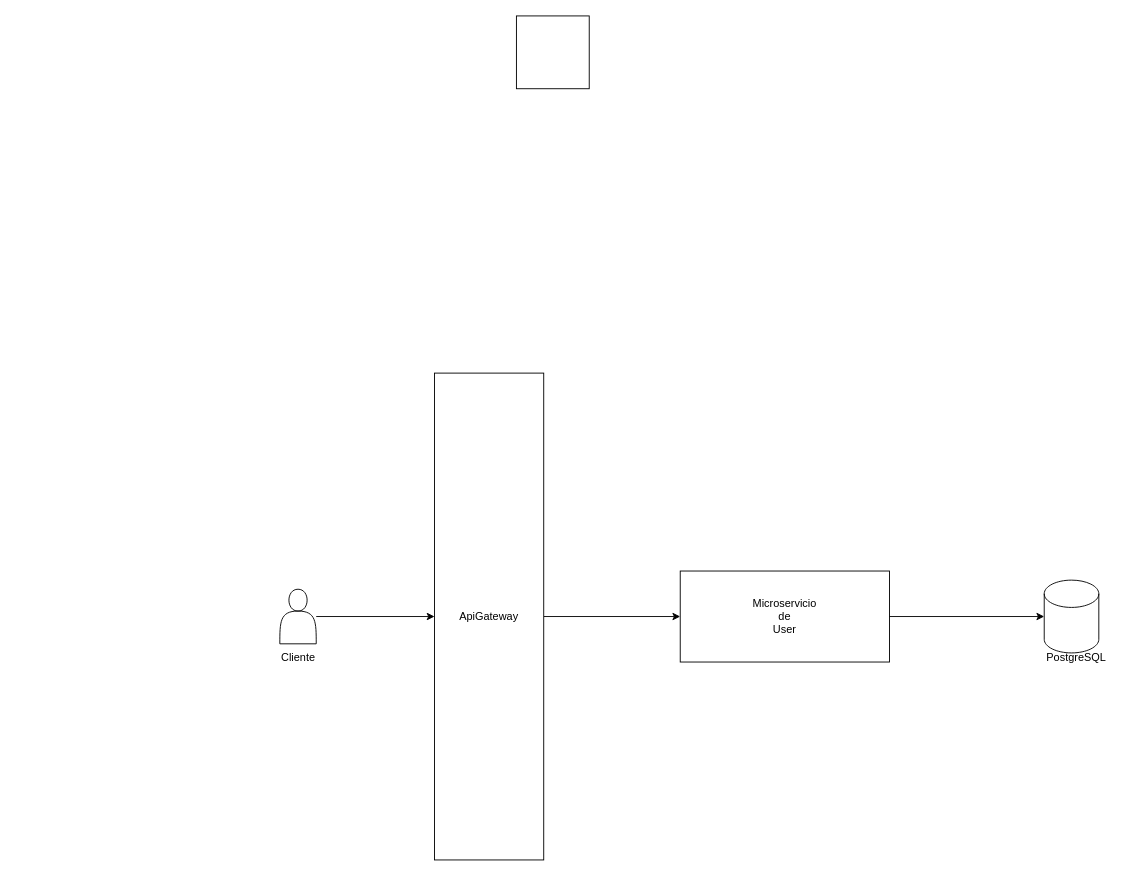
This is Diagrama sin título.drawio from Bymatt10/backend-everything-now-pro, a draw.io file, before an edit. Source tidied: cells renumbered, new cells numbered last; positions are measured from the earlier drawing's top-left corner, leaving out a move shared by most shapes. Both pictures are drawn from the tidied source at 91%, with x=0, y=0 at pixel (270, 15).
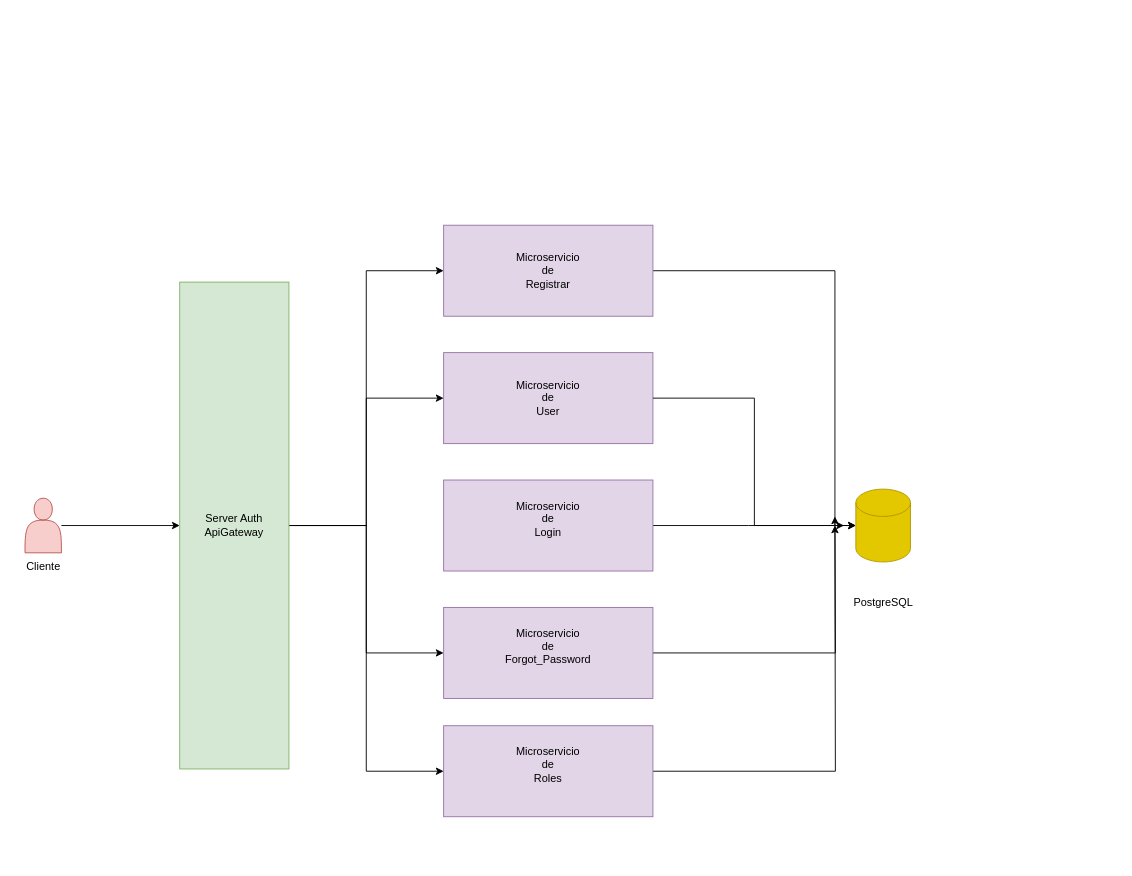
The same page after the edit.

Diff of the diagram source:
```diff
@@
-    <mxCell id="2" style="whiteSpace=wrap;html=1;" parent="1" vertex="1">
-      <mxGeometry x="270" width="80" height="80" as="geometry" />
-    </mxCell>
@@
-    <mxCell id="4" style="shape=actor;whiteSpace=wrap;html=1;" parent="1" vertex="1">
-      <mxGeometry x="10" y="630" width="40" height="60" as="geometry" />
+    <mxCell id="4" style="shape=actor;whiteSpace=wrap;html=1;fillColor=#f8cecc;strokeColor=#b85450;" parent="1" vertex="1">
+      <mxGeometry x="-270" y="530" width="40" height="60" as="geometry" />
     </mxCell>
@@
+    <mxCell id="12" style="edgeStyle=orthogonalEdgeStyle;rounded=0;jettySize=auto;html=1;" parent="1" edge="1" source="6" target="20">
+      <mxGeometry relative="1" as="geometry" />
+    </mxCell>
+    <mxCell id="13" style="edgeStyle=orthogonalEdgeStyle;rounded=0;jettySize=auto;html=1;entryX=0;entryY=0.5;entryDx=0;entryDy=0;" parent="1" edge="1" source="6" target="22">
+      <mxGeometry relative="1" as="geometry" />
+    </mxCell>
+    <mxCell id="14" style="edgeStyle=orthogonalEdgeStyle;rounded=0;jettySize=auto;html=1;entryX=0;entryY=0.5;entryDx=0;entryDy=0;" parent="1" edge="1" source="6" target="16">
+      <mxGeometry relative="1" as="geometry" />
+    </mxCell>
-    <mxCell id="6" value="ApiGateway" style="rounded=0;whiteSpace=wrap;html=1;" parent="1" vertex="1">
-      <mxGeometry x="180" y="392.5" width="120" height="535" as="geometry" />
+    <mxCell id="6" value="Server Auth&lt;div&gt;ApiGateway&lt;/div&gt;" style="rounded=0;whiteSpace=wrap;html=1;fillColor=#d5e8d4;strokeColor=#82b366;" parent="1" vertex="1">
+      <mxGeometry x="-100" y="292.5" width="120" height="535" as="geometry" />
     </mxCell>
     <mxCell id="7" value="Cliente" style="text;html=1;align=center;verticalAlign=middle;strokeColor=none;fillColor=none;" parent="1" vertex="1">
-      <mxGeometry y="690" width="60" height="30" as="geometry" />
+      <mxGeometry x="-280" y="590" width="60" height="30" as="geometry" />
     </mxCell>
-    <mxCell id="8" value="Microservicio&lt;div&gt;de&lt;/div&gt;&lt;div&gt;User&lt;/div&gt;" style="rounded=0;whiteSpace=wrap;html=1;" parent="1" vertex="1">
-      <mxGeometry x="450" y="610" width="230" height="100" as="geometry" />
+    <mxCell id="8" value="Microservicio&lt;div&gt;de&lt;/div&gt;&lt;div&gt;User&lt;/div&gt;" style="rounded=0;whiteSpace=wrap;html=1;fillColor=#e1d5e7;strokeColor=#9673a6;" parent="1" vertex="1">
+      <mxGeometry x="190" y="370" width="230" height="100" as="geometry" />
     </mxCell>
-    <mxCell id="9" style="shape=cylinder3;whiteSpace=wrap;html=1;boundedLbl=1;backgroundOutline=1;size=15;" parent="1" vertex="1">
-      <mxGeometry x="850" y="620" width="60" height="80" as="geometry" />
+    <mxCell id="9" style="shape=cylinder3;whiteSpace=wrap;html=1;boundedLbl=1;backgroundOutline=1;size=15;fillColor=#e3c800;fontColor=#000000;strokeColor=#B09500;" parent="1" vertex="1">
+      <mxGeometry x="643" y="520" width="60" height="80" as="geometry" />
     </mxCell>
     <mxCell id="10" value="PostgreSQL" style="text;html=1;align=center;verticalAlign=middle;strokeColor=none;fillColor=none;" parent="1" vertex="1">
-      <mxGeometry x="840" y="690" width="90" height="30" as="geometry" />
+      <mxGeometry x="628" y="630" width="90" height="30" as="geometry" />
     </mxCell>
@@
+    <mxCell id="15" style="edgeStyle=orthogonalEdgeStyle;rounded=0;jettySize=auto;html=1;entryX=0;entryY=0.5;entryDx=0;entryDy=0;entryPerimeter=0;" parent="1" edge="1" source="16" target="9">
+      <mxGeometry relative="1" as="geometry">
+        <Array as="points">
+          <mxPoint x="620" y="280" />
+          <mxPoint x="620" y="560" />
+        </Array>
+      </mxGeometry>
+    </mxCell>
+    <mxCell id="16" value="Microservicio&lt;div&gt;de&lt;/div&gt;&lt;div&gt;Registrar&lt;/div&gt;" style="rounded=0;whiteSpace=wrap;html=1;fillColor=#e1d5e7;strokeColor=#9673a6;" parent="1" vertex="1">
+      <mxGeometry x="190" y="230" width="230" height="100" as="geometry" />
+    </mxCell>
+    <mxCell id="17" style="edgeStyle=orthogonalEdgeStyle;rounded=0;jettySize=auto;html=1;" parent="1" edge="1" source="18">
+      <mxGeometry relative="1" as="geometry">
+        <mxPoint x="630" y="560" as="targetPoint" />
+      </mxGeometry>
+    </mxCell>
+    <mxCell id="18" value="Microservicio&lt;div&gt;de&lt;/div&gt;&lt;div&gt;Login&lt;/div&gt;&lt;div&gt;&lt;br&gt;&lt;/div&gt;" style="rounded=0;whiteSpace=wrap;html=1;fillColor=#e1d5e7;strokeColor=#9673a6;" parent="1" vertex="1">
+      <mxGeometry x="190" y="510" width="230" height="100" as="geometry" />
+    </mxCell>
+    <mxCell id="19" style="edgeStyle=orthogonalEdgeStyle;rounded=0;jettySize=auto;html=1;" parent="1" edge="1" source="20">
+      <mxGeometry relative="1" as="geometry">
+        <mxPoint x="620" y="550" as="targetPoint" />
+      </mxGeometry>
+    </mxCell>
+    <mxCell id="20" value="Microservicio&lt;div&gt;de&lt;/div&gt;&lt;div&gt;Forgot_Password&lt;/div&gt;&lt;div&gt;&lt;br&gt;&lt;/div&gt;" style="rounded=0;whiteSpace=wrap;html=1;fillColor=#e1d5e7;strokeColor=#9673a6;" parent="1" vertex="1">
+      <mxGeometry x="190" y="650" width="230" height="100" as="geometry" />
+    </mxCell>
+    <mxCell id="21" style="edgeStyle=orthogonalEdgeStyle;rounded=0;jettySize=auto;html=1;" parent="1" edge="1" source="22">
+      <mxGeometry relative="1" as="geometry">
+        <mxPoint x="620" y="560" as="targetPoint" />
+      </mxGeometry>
+    </mxCell>
+    <mxCell id="22" value="Microservicio&lt;div&gt;de&lt;/div&gt;&lt;div&gt;Roles&lt;/div&gt;&lt;div&gt;&lt;br&gt;&lt;/div&gt;" style="rounded=0;whiteSpace=wrap;html=1;fillColor=#e1d5e7;strokeColor=#9673a6;" parent="1" vertex="1">
+      <mxGeometry x="190" y="780" width="230" height="100" as="geometry" />
+    </mxCell>
```
